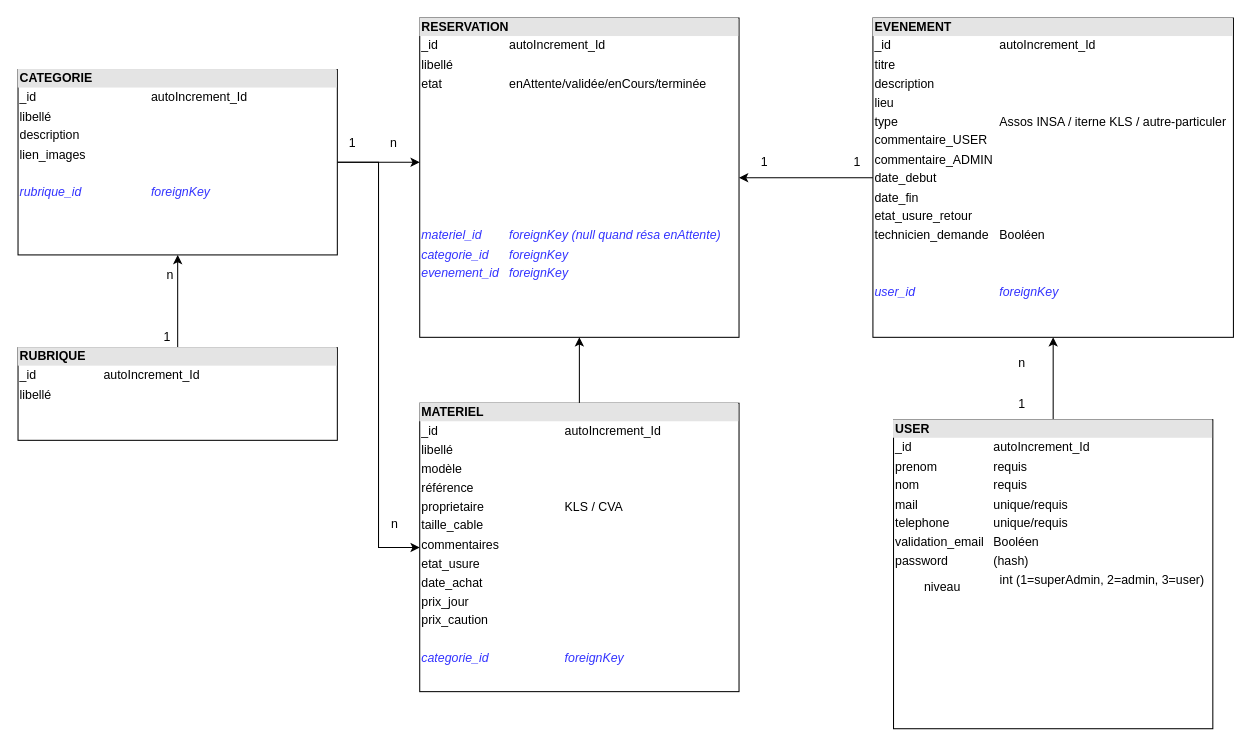
vbard1/sono_light_reservation keeps this draw.io diagram as plan et process/DB_diagramme_sono-light-resa.drawio. Above is the earlier version. Source tidied: cells renumbered, new cells numbered last; positions are measured from the earlier drawing's top-left corner, leaving out a move shared by most shapes. Both pictures are drawn from the tidied source at 103%, with x=0, y=0 at pixel (18, 18).
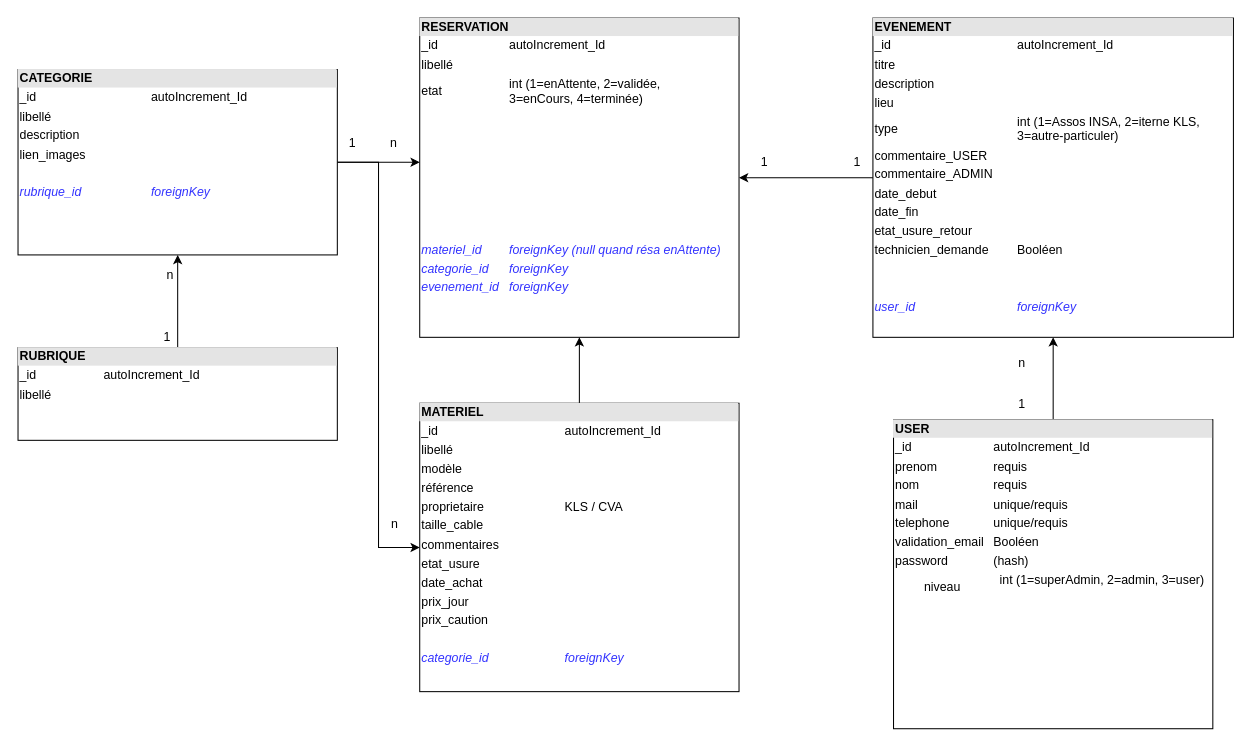
The same diagram, later.

Commit message:
MaJ choix mult en int

Diff of the diagram source:
```diff
@@
-    <mxCell id="2" value="&lt;div style=&quot;box-sizing:border-box;width:100%;background:#e4e4e4;padding:2px;&quot;&gt;&lt;b&gt;RESERVATION&lt;/b&gt;&lt;/div&gt;&lt;table style=&quot;width:100%;font-size:1em;&quot; cellspacing=&quot;0&quot; cellpadding=&quot;2&quot;&gt;&lt;tbody&gt;&lt;tr&gt;&lt;td&gt;_id&lt;/td&gt;&lt;td&gt;autoIncrement_Id&lt;/td&gt;&lt;/tr&gt;&lt;tr&gt;&lt;td&gt;libellé&lt;br&gt;&lt;/td&gt;&lt;td&gt;&lt;br&gt;&lt;/td&gt;&lt;/tr&gt;&lt;tr&gt;&lt;td&gt;etat&lt;br&gt;&lt;/td&gt;&lt;td&gt;enAttente/validée/enCours/terminée&lt;/td&gt;&lt;/tr&gt;&lt;tr&gt;&lt;td&gt;&lt;br&gt;&lt;/td&gt;&lt;td&gt;&lt;br&gt;&lt;/td&gt;&lt;/tr&gt;&lt;tr&gt;&lt;td&gt;&lt;br&gt;&lt;/td&gt;&lt;td&gt;&lt;br&gt;&lt;/td&gt;&lt;/tr&gt;&lt;tr&gt;&lt;td&gt;&lt;br&gt;&lt;/td&gt;&lt;td&gt;&lt;br&gt;&lt;/td&gt;&lt;/tr&gt;&lt;tr&gt;&lt;td&gt;&lt;br&gt;&lt;/td&gt;&lt;td&gt;&lt;br&gt;&lt;/td&gt;&lt;/tr&gt;&lt;tr&gt;&lt;td&gt;&lt;br&gt;&lt;/td&gt;&lt;td&gt;&lt;br&gt;&lt;/td&gt;&lt;/tr&gt;&lt;tr&gt;&lt;td&gt;&lt;br&gt;&lt;/td&gt;&lt;td&gt;&lt;br&gt;&lt;/td&gt;&lt;/tr&gt;&lt;tr&gt;&lt;td&gt;&lt;br&gt;&lt;/td&gt;&lt;td&gt;&lt;br&gt;&lt;/td&gt;&lt;/tr&gt;&lt;tr&gt;&lt;td&gt;&lt;font color=&quot;#3333FF&quot;&gt;&lt;i&gt;materiel_id&lt;br&gt;&lt;/i&gt;&lt;/font&gt;&lt;/td&gt;&lt;td&gt;&lt;font color=&quot;#3333FF&quot;&gt;&lt;i&gt;foreignKey (null quand résa enAttente)&lt;br&gt;&lt;/i&gt;&lt;/font&gt;&lt;/td&gt;&lt;/tr&gt;&lt;tr&gt;&lt;td&gt;&lt;font color=&quot;#3333FF&quot;&gt;&lt;i&gt;categorie_id&lt;br&gt;&lt;/i&gt;&lt;/font&gt;&lt;/td&gt;&lt;td&gt;&lt;font color=&quot;#3333FF&quot;&gt;&lt;i&gt;foreignKey&lt;/i&gt;&lt;/font&gt;&lt;/td&gt;&lt;/tr&gt;&lt;tr&gt;&lt;td&gt;&lt;font color=&quot;#3333FF&quot;&gt;&lt;i&gt;evenement_id&lt;br&gt;&lt;/i&gt;&lt;/font&gt;&lt;/td&gt;&lt;td&gt;&lt;font color=&quot;#3333FF&quot;&gt;&lt;i&gt;foreignKey&lt;/i&gt;&lt;/font&gt;&lt;/td&gt;&lt;/tr&gt;&lt;tr&gt;&lt;td&gt;&lt;br&gt;&lt;/td&gt;&lt;td&gt;&lt;br&gt;&lt;/td&gt;&lt;/tr&gt;&lt;tr&gt;&lt;td&gt;&lt;br&gt;&lt;/td&gt;&lt;td&gt;&lt;br&gt;&lt;/td&gt;&lt;/tr&gt;&lt;tr&gt;&lt;td&gt;&lt;br&gt;&lt;/td&gt;&lt;td&gt;&lt;br&gt;&lt;/td&gt;&lt;/tr&gt;&lt;tr&gt;&lt;td&gt;&lt;br&gt;&lt;/td&gt;&lt;td&gt;&lt;br&gt;&lt;/td&gt;&lt;/tr&gt;&lt;tr&gt;&lt;td&gt;&lt;br&gt;&lt;/td&gt;&lt;td&gt;&lt;br&gt;&lt;/td&gt;&lt;/tr&gt;&lt;tr&gt;&lt;td&gt;&lt;br&gt;&lt;/td&gt;&lt;td&gt;&lt;br&gt;&lt;/td&gt;&lt;/tr&gt;&lt;tr&gt;&lt;td&gt;&lt;br&gt;&lt;/td&gt;&lt;td&gt;&lt;br&gt;&lt;/td&gt;&lt;/tr&gt;&lt;tr&gt;&lt;td&gt;&lt;br&gt;&lt;/td&gt;&lt;td&gt;&lt;br&gt;&lt;/td&gt;&lt;/tr&gt;&lt;tr&gt;&lt;td&gt;&lt;table cellspacing=&quot;0&quot; cellpadding=&quot;2&quot;&gt;&lt;tbody&gt;&lt;tr&gt;&lt;td&gt;&lt;br&gt;&lt;br&gt;&lt;/td&gt;&lt;td&gt;&lt;br&gt;&lt;/td&gt;&lt;/tr&gt;&lt;tr&gt;&lt;td&gt;&lt;br&gt;&lt;/td&gt;&lt;td&gt;&lt;br&gt;&lt;/td&gt;&lt;/tr&gt;&lt;tr&gt;&lt;td&gt;&lt;br&gt;&lt;/td&gt;&lt;td&gt;&lt;br&gt;&lt;/td&gt;&lt;/tr&gt;&lt;tr&gt;&lt;td&gt;&lt;br&gt;&lt;/td&gt;&lt;td&gt;&lt;br&gt;&lt;/td&gt;&lt;/tr&gt;&lt;tr&gt;&lt;td&gt;&lt;br&gt;&lt;/td&gt;&lt;td&gt;&lt;br&gt;&lt;/td&gt;&lt;/tr&gt;&lt;/tbody&gt;&lt;/table&gt;&lt;/td&gt;&lt;td&gt;&lt;br&gt;&lt;/td&gt;&lt;/tr&gt;&lt;/tbody&gt;&lt;/table&gt;" style="verticalAlign=top;align=left;overflow=fill;html=1;rounded=0;" parent="1" vertex="1">
+    <mxCell id="2" value="&lt;div style=&quot;box-sizing:border-box;width:100%;background:#e4e4e4;padding:2px;&quot;&gt;&lt;b&gt;RESERVATION&lt;/b&gt;&lt;/div&gt;&lt;table style=&quot;width:100%;font-size:1em;&quot; cellspacing=&quot;0&quot; cellpadding=&quot;2&quot;&gt;&lt;tbody&gt;&lt;tr&gt;&lt;td&gt;_id&lt;/td&gt;&lt;td&gt;autoIncrement_Id&lt;/td&gt;&lt;/tr&gt;&lt;tr&gt;&lt;td&gt;libellé&lt;br&gt;&lt;/td&gt;&lt;td&gt;&lt;br&gt;&lt;/td&gt;&lt;/tr&gt;&lt;tr&gt;&lt;td&gt;etat&lt;br&gt;&lt;/td&gt;&lt;td&gt;int (1=enAttente, 2=validée,&lt;br&gt;3=enCours, 4=terminée)&lt;/td&gt;&lt;/tr&gt;&lt;tr&gt;&lt;td&gt;&lt;br&gt;&lt;/td&gt;&lt;td&gt;&lt;br&gt;&lt;/td&gt;&lt;/tr&gt;&lt;tr&gt;&lt;td&gt;&lt;br&gt;&lt;/td&gt;&lt;td&gt;&lt;br&gt;&lt;/td&gt;&lt;/tr&gt;&lt;tr&gt;&lt;td&gt;&lt;br&gt;&lt;/td&gt;&lt;td&gt;&lt;br&gt;&lt;/td&gt;&lt;/tr&gt;&lt;tr&gt;&lt;td&gt;&lt;br&gt;&lt;/td&gt;&lt;td&gt;&lt;br&gt;&lt;/td&gt;&lt;/tr&gt;&lt;tr&gt;&lt;td&gt;&lt;br&gt;&lt;/td&gt;&lt;td&gt;&lt;br&gt;&lt;/td&gt;&lt;/tr&gt;&lt;tr&gt;&lt;td&gt;&lt;br&gt;&lt;/td&gt;&lt;td&gt;&lt;br&gt;&lt;/td&gt;&lt;/tr&gt;&lt;tr&gt;&lt;td&gt;&lt;br&gt;&lt;/td&gt;&lt;td&gt;&lt;br&gt;&lt;/td&gt;&lt;/tr&gt;&lt;tr&gt;&lt;td&gt;&lt;font color=&quot;#3333FF&quot;&gt;&lt;i&gt;materiel_id&lt;br&gt;&lt;/i&gt;&lt;/font&gt;&lt;/td&gt;&lt;td&gt;&lt;font color=&quot;#3333FF&quot;&gt;&lt;i&gt;foreignKey (null quand résa enAttente)&lt;br&gt;&lt;/i&gt;&lt;/font&gt;&lt;/td&gt;&lt;/tr&gt;&lt;tr&gt;&lt;td&gt;&lt;font color=&quot;#3333FF&quot;&gt;&lt;i&gt;categorie_id&lt;br&gt;&lt;/i&gt;&lt;/font&gt;&lt;/td&gt;&lt;td&gt;&lt;font color=&quot;#3333FF&quot;&gt;&lt;i&gt;foreignKey&lt;/i&gt;&lt;/font&gt;&lt;/td&gt;&lt;/tr&gt;&lt;tr&gt;&lt;td&gt;&lt;font color=&quot;#3333FF&quot;&gt;&lt;i&gt;evenement_id&lt;br&gt;&lt;/i&gt;&lt;/font&gt;&lt;/td&gt;&lt;td&gt;&lt;font color=&quot;#3333FF&quot;&gt;&lt;i&gt;foreignKey&lt;/i&gt;&lt;/font&gt;&lt;/td&gt;&lt;/tr&gt;&lt;tr&gt;&lt;td&gt;&lt;br&gt;&lt;/td&gt;&lt;td&gt;&lt;br&gt;&lt;/td&gt;&lt;/tr&gt;&lt;tr&gt;&lt;td&gt;&lt;br&gt;&lt;/td&gt;&lt;td&gt;&lt;br&gt;&lt;/td&gt;&lt;/tr&gt;&lt;tr&gt;&lt;td&gt;&lt;br&gt;&lt;/td&gt;&lt;td&gt;&lt;br&gt;&lt;/td&gt;&lt;/tr&gt;&lt;tr&gt;&lt;td&gt;&lt;br&gt;&lt;/td&gt;&lt;td&gt;&lt;br&gt;&lt;/td&gt;&lt;/tr&gt;&lt;tr&gt;&lt;td&gt;&lt;br&gt;&lt;/td&gt;&lt;td&gt;&lt;br&gt;&lt;/td&gt;&lt;/tr&gt;&lt;tr&gt;&lt;td&gt;&lt;br&gt;&lt;/td&gt;&lt;td&gt;&lt;br&gt;&lt;/td&gt;&lt;/tr&gt;&lt;tr&gt;&lt;td&gt;&lt;br&gt;&lt;/td&gt;&lt;td&gt;&lt;br&gt;&lt;/td&gt;&lt;/tr&gt;&lt;tr&gt;&lt;td&gt;&lt;br&gt;&lt;/td&gt;&lt;td&gt;&lt;br&gt;&lt;/td&gt;&lt;/tr&gt;&lt;tr&gt;&lt;td&gt;&lt;table cellspacing=&quot;0&quot; cellpadding=&quot;2&quot;&gt;&lt;tbody&gt;&lt;tr&gt;&lt;td&gt;&lt;br&gt;&lt;br&gt;&lt;/td&gt;&lt;td&gt;&lt;br&gt;&lt;/td&gt;&lt;/tr&gt;&lt;tr&gt;&lt;td&gt;&lt;br&gt;&lt;/td&gt;&lt;td&gt;&lt;br&gt;&lt;/td&gt;&lt;/tr&gt;&lt;tr&gt;&lt;td&gt;&lt;br&gt;&lt;/td&gt;&lt;td&gt;&lt;br&gt;&lt;/td&gt;&lt;/tr&gt;&lt;tr&gt;&lt;td&gt;&lt;br&gt;&lt;/td&gt;&lt;td&gt;&lt;br&gt;&lt;/td&gt;&lt;/tr&gt;&lt;tr&gt;&lt;td&gt;&lt;br&gt;&lt;/td&gt;&lt;td&gt;&lt;br&gt;&lt;/td&gt;&lt;/tr&gt;&lt;/tbody&gt;&lt;/table&gt;&lt;/td&gt;&lt;td&gt;&lt;br&gt;&lt;/td&gt;&lt;/tr&gt;&lt;/tbody&gt;&lt;/table&gt;" style="verticalAlign=top;align=left;overflow=fill;html=1;rounded=0;" parent="1" vertex="1">
       <mxGeometry x="390" width="310" height="310" as="geometry" />
     </mxCell>
@@
-    <mxCell id="13" value="&lt;div style=&quot;box-sizing:border-box;width:100%;background:#e4e4e4;padding:2px;&quot;&gt;&lt;b&gt;EVENEMENT&lt;/b&gt;&lt;/div&gt;&lt;table style=&quot;width:100%;font-size:1em;&quot; cellspacing=&quot;0&quot; cellpadding=&quot;2&quot;&gt;&lt;tbody&gt;&lt;tr&gt;&lt;td&gt;_id&lt;/td&gt;&lt;td&gt;autoIncrement_Id&lt;/td&gt;&lt;/tr&gt;&lt;tr&gt;&lt;td&gt;titre&lt;br&gt;&lt;/td&gt;&lt;td&gt;&lt;br&gt;&lt;/td&gt;&lt;/tr&gt;&lt;tr&gt;&lt;td&gt;description&lt;br&gt;&lt;/td&gt;&lt;td&gt;&lt;br&gt;&lt;/td&gt;&lt;/tr&gt;&lt;tr&gt;&lt;td&gt;lieu&lt;br&gt;&lt;/td&gt;&lt;td&gt;&lt;br&gt;&lt;/td&gt;&lt;/tr&gt;&lt;tr&gt;&lt;td&gt;type&lt;br&gt;&lt;/td&gt;&lt;td&gt;Assos INSA / iterne KLS / autre-particuler&lt;br&gt;&lt;/td&gt;&lt;/tr&gt;&lt;tr&gt;&lt;td&gt;commentaire_USER&lt;br&gt;&lt;/td&gt;&lt;td&gt;&lt;br&gt;&lt;/td&gt;&lt;/tr&gt;&lt;tr&gt;&lt;td&gt;commentaire_ADMIN&lt;/td&gt;&lt;td&gt;&lt;br&gt;&lt;/td&gt;&lt;/tr&gt;&lt;tr&gt;&lt;td&gt;date_debut&lt;br&gt;&lt;/td&gt;&lt;td&gt;&lt;br&gt;&lt;/td&gt;&lt;/tr&gt;&lt;tr&gt;&lt;td&gt;date_fin&lt;br&gt;&lt;/td&gt;&lt;td&gt;&lt;br&gt;&lt;/td&gt;&lt;/tr&gt;&lt;tr&gt;&lt;td&gt;etat_usure_retour&lt;br&gt;&lt;/td&gt;&lt;td&gt;&lt;br&gt;&lt;/td&gt;&lt;/tr&gt;&lt;tr&gt;&lt;td&gt;technicien_demande&lt;/td&gt;&lt;td&gt;Booléen&lt;/td&gt;&lt;/tr&gt;&lt;tr&gt;&lt;td&gt;&lt;br&gt;&lt;/td&gt;&lt;td&gt;&lt;br&gt;&lt;/td&gt;&lt;/tr&gt;&lt;tr&gt;&lt;td&gt;&lt;font color=&quot;#3333FF&quot;&gt;&lt;i&gt;&lt;br&gt;&lt;/i&gt;&lt;/font&gt;&lt;/td&gt;&lt;td&gt;&lt;br&gt;&lt;/td&gt;&lt;/tr&gt;&lt;tr&gt;&lt;td&gt;&lt;font color=&quot;#3333FF&quot;&gt;&lt;i&gt;user_id&lt;br&gt;&lt;/i&gt;&lt;/font&gt;&lt;/td&gt;&lt;td&gt;&lt;font color=&quot;#3333FF&quot;&gt;&lt;i&gt;foreignKey&lt;/i&gt;&lt;/font&gt;&lt;/td&gt;&lt;/tr&gt;&lt;tr&gt;&lt;td&gt;&lt;br&gt;&lt;/td&gt;&lt;td&gt;&lt;br&gt;&lt;/td&gt;&lt;/tr&gt;&lt;tr&gt;&lt;td&gt;&lt;br&gt;&lt;/td&gt;&lt;td&gt;&lt;br&gt;&lt;/td&gt;&lt;/tr&gt;&lt;tr&gt;&lt;td&gt;&lt;br&gt;&lt;/td&gt;&lt;td&gt;&lt;br&gt;&lt;/td&gt;&lt;/tr&gt;&lt;tr&gt;&lt;td&gt;&lt;br&gt;&lt;/td&gt;&lt;td&gt;&lt;br&gt;&lt;/td&gt;&lt;/tr&gt;&lt;tr&gt;&lt;td&gt;&lt;br&gt;&lt;/td&gt;&lt;td&gt;&lt;br&gt;&lt;/td&gt;&lt;/tr&gt;&lt;tr&gt;&lt;td&gt;&lt;br&gt;&lt;/td&gt;&lt;td&gt;&lt;br&gt;&lt;/td&gt;&lt;/tr&gt;&lt;tr&gt;&lt;td&gt;&lt;br&gt;&lt;/td&gt;&lt;td&gt;&lt;br&gt;&lt;/td&gt;&lt;/tr&gt;&lt;tr&gt;&lt;td&gt;&lt;br&gt;&lt;/td&gt;&lt;td&gt;&lt;br&gt;&lt;/td&gt;&lt;/tr&gt;&lt;tr&gt;&lt;td&gt;&lt;table cellspacing=&quot;0&quot; cellpadding=&quot;2&quot;&gt;&lt;tbody&gt;&lt;tr&gt;&lt;td&gt;&lt;br&gt;&lt;br&gt;&lt;/td&gt;&lt;td&gt;&lt;br&gt;&lt;/td&gt;&lt;/tr&gt;&lt;tr&gt;&lt;td&gt;&lt;br&gt;&lt;/td&gt;&lt;td&gt;&lt;br&gt;&lt;/td&gt;&lt;/tr&gt;&lt;tr&gt;&lt;td&gt;&lt;br&gt;&lt;/td&gt;&lt;td&gt;&lt;br&gt;&lt;/td&gt;&lt;/tr&gt;&lt;tr&gt;&lt;td&gt;&lt;br&gt;&lt;/td&gt;&lt;td&gt;&lt;br&gt;&lt;/td&gt;&lt;/tr&gt;&lt;tr&gt;&lt;td&gt;&lt;br&gt;&lt;/td&gt;&lt;td&gt;&lt;br&gt;&lt;/td&gt;&lt;/tr&gt;&lt;/tbody&gt;&lt;/table&gt;&lt;/td&gt;&lt;td&gt;&lt;br&gt;&lt;/td&gt;&lt;/tr&gt;&lt;/tbody&gt;&lt;/table&gt;" style="verticalAlign=top;align=left;overflow=fill;html=1;rounded=0;" parent="1" vertex="1">
+    <mxCell id="13" value="&lt;div style=&quot;box-sizing:border-box;width:100%;background:#e4e4e4;padding:2px;&quot;&gt;&lt;b&gt;EVENEMENT&lt;/b&gt;&lt;/div&gt;&lt;table style=&quot;width:100%;font-size:1em;&quot; cellspacing=&quot;0&quot; cellpadding=&quot;2&quot;&gt;&lt;tbody&gt;&lt;tr&gt;&lt;td&gt;_id&lt;/td&gt;&lt;td&gt;autoIncrement_Id&lt;/td&gt;&lt;/tr&gt;&lt;tr&gt;&lt;td&gt;titre&lt;br&gt;&lt;/td&gt;&lt;td&gt;&lt;br&gt;&lt;/td&gt;&lt;/tr&gt;&lt;tr&gt;&lt;td&gt;description&lt;br&gt;&lt;/td&gt;&lt;td&gt;&lt;br&gt;&lt;/td&gt;&lt;/tr&gt;&lt;tr&gt;&lt;td&gt;lieu&lt;br&gt;&lt;/td&gt;&lt;td&gt;&lt;br&gt;&lt;/td&gt;&lt;/tr&gt;&lt;tr&gt;&lt;td&gt;type&lt;br&gt;&lt;/td&gt;&lt;td&gt;int (1=Assos INSA, 2=iterne KLS, &lt;br&gt;3=autre-particuler)&lt;br&gt;&lt;/td&gt;&lt;/tr&gt;&lt;tr&gt;&lt;td&gt;commentaire_USER&lt;br&gt;&lt;/td&gt;&lt;td&gt;&lt;br&gt;&lt;/td&gt;&lt;/tr&gt;&lt;tr&gt;&lt;td&gt;commentaire_ADMIN&lt;/td&gt;&lt;td&gt;&lt;br&gt;&lt;/td&gt;&lt;/tr&gt;&lt;tr&gt;&lt;td&gt;date_debut&lt;br&gt;&lt;/td&gt;&lt;td&gt;&lt;br&gt;&lt;/td&gt;&lt;/tr&gt;&lt;tr&gt;&lt;td&gt;date_fin&lt;br&gt;&lt;/td&gt;&lt;td&gt;&lt;br&gt;&lt;/td&gt;&lt;/tr&gt;&lt;tr&gt;&lt;td&gt;etat_usure_retour&lt;br&gt;&lt;/td&gt;&lt;td&gt;&lt;br&gt;&lt;/td&gt;&lt;/tr&gt;&lt;tr&gt;&lt;td&gt;technicien_demande&lt;/td&gt;&lt;td&gt;Booléen&lt;/td&gt;&lt;/tr&gt;&lt;tr&gt;&lt;td&gt;&lt;br&gt;&lt;/td&gt;&lt;td&gt;&lt;br&gt;&lt;/td&gt;&lt;/tr&gt;&lt;tr&gt;&lt;td&gt;&lt;font color=&quot;#3333FF&quot;&gt;&lt;i&gt;&lt;br&gt;&lt;/i&gt;&lt;/font&gt;&lt;/td&gt;&lt;td&gt;&lt;br&gt;&lt;/td&gt;&lt;/tr&gt;&lt;tr&gt;&lt;td&gt;&lt;font color=&quot;#3333FF&quot;&gt;&lt;i&gt;user_id&lt;br&gt;&lt;/i&gt;&lt;/font&gt;&lt;/td&gt;&lt;td&gt;&lt;font color=&quot;#3333FF&quot;&gt;&lt;i&gt;foreignKey&lt;/i&gt;&lt;/font&gt;&lt;/td&gt;&lt;/tr&gt;&lt;tr&gt;&lt;td&gt;&lt;br&gt;&lt;/td&gt;&lt;td&gt;&lt;br&gt;&lt;/td&gt;&lt;/tr&gt;&lt;tr&gt;&lt;td&gt;&lt;br&gt;&lt;/td&gt;&lt;td&gt;&lt;br&gt;&lt;/td&gt;&lt;/tr&gt;&lt;tr&gt;&lt;td&gt;&lt;br&gt;&lt;/td&gt;&lt;td&gt;&lt;br&gt;&lt;/td&gt;&lt;/tr&gt;&lt;tr&gt;&lt;td&gt;&lt;br&gt;&lt;/td&gt;&lt;td&gt;&lt;br&gt;&lt;/td&gt;&lt;/tr&gt;&lt;tr&gt;&lt;td&gt;&lt;br&gt;&lt;/td&gt;&lt;td&gt;&lt;br&gt;&lt;/td&gt;&lt;/tr&gt;&lt;tr&gt;&lt;td&gt;&lt;br&gt;&lt;/td&gt;&lt;td&gt;&lt;br&gt;&lt;/td&gt;&lt;/tr&gt;&lt;tr&gt;&lt;td&gt;&lt;br&gt;&lt;/td&gt;&lt;td&gt;&lt;br&gt;&lt;/td&gt;&lt;/tr&gt;&lt;tr&gt;&lt;td&gt;&lt;br&gt;&lt;/td&gt;&lt;td&gt;&lt;br&gt;&lt;/td&gt;&lt;/tr&gt;&lt;tr&gt;&lt;td&gt;&lt;table cellspacing=&quot;0&quot; cellpadding=&quot;2&quot;&gt;&lt;tbody&gt;&lt;tr&gt;&lt;td&gt;&lt;br&gt;&lt;br&gt;&lt;/td&gt;&lt;td&gt;&lt;br&gt;&lt;/td&gt;&lt;/tr&gt;&lt;tr&gt;&lt;td&gt;&lt;br&gt;&lt;/td&gt;&lt;td&gt;&lt;br&gt;&lt;/td&gt;&lt;/tr&gt;&lt;tr&gt;&lt;td&gt;&lt;br&gt;&lt;/td&gt;&lt;td&gt;&lt;br&gt;&lt;/td&gt;&lt;/tr&gt;&lt;tr&gt;&lt;td&gt;&lt;br&gt;&lt;/td&gt;&lt;td&gt;&lt;br&gt;&lt;/td&gt;&lt;/tr&gt;&lt;tr&gt;&lt;td&gt;&lt;br&gt;&lt;/td&gt;&lt;td&gt;&lt;br&gt;&lt;/td&gt;&lt;/tr&gt;&lt;/tbody&gt;&lt;/table&gt;&lt;/td&gt;&lt;td&gt;&lt;br&gt;&lt;/td&gt;&lt;/tr&gt;&lt;/tbody&gt;&lt;/table&gt;" style="verticalAlign=top;align=left;overflow=fill;html=1;rounded=0;" parent="1" vertex="1">
       <mxGeometry x="830" width="350" height="310" as="geometry" />
     </mxCell>
```
